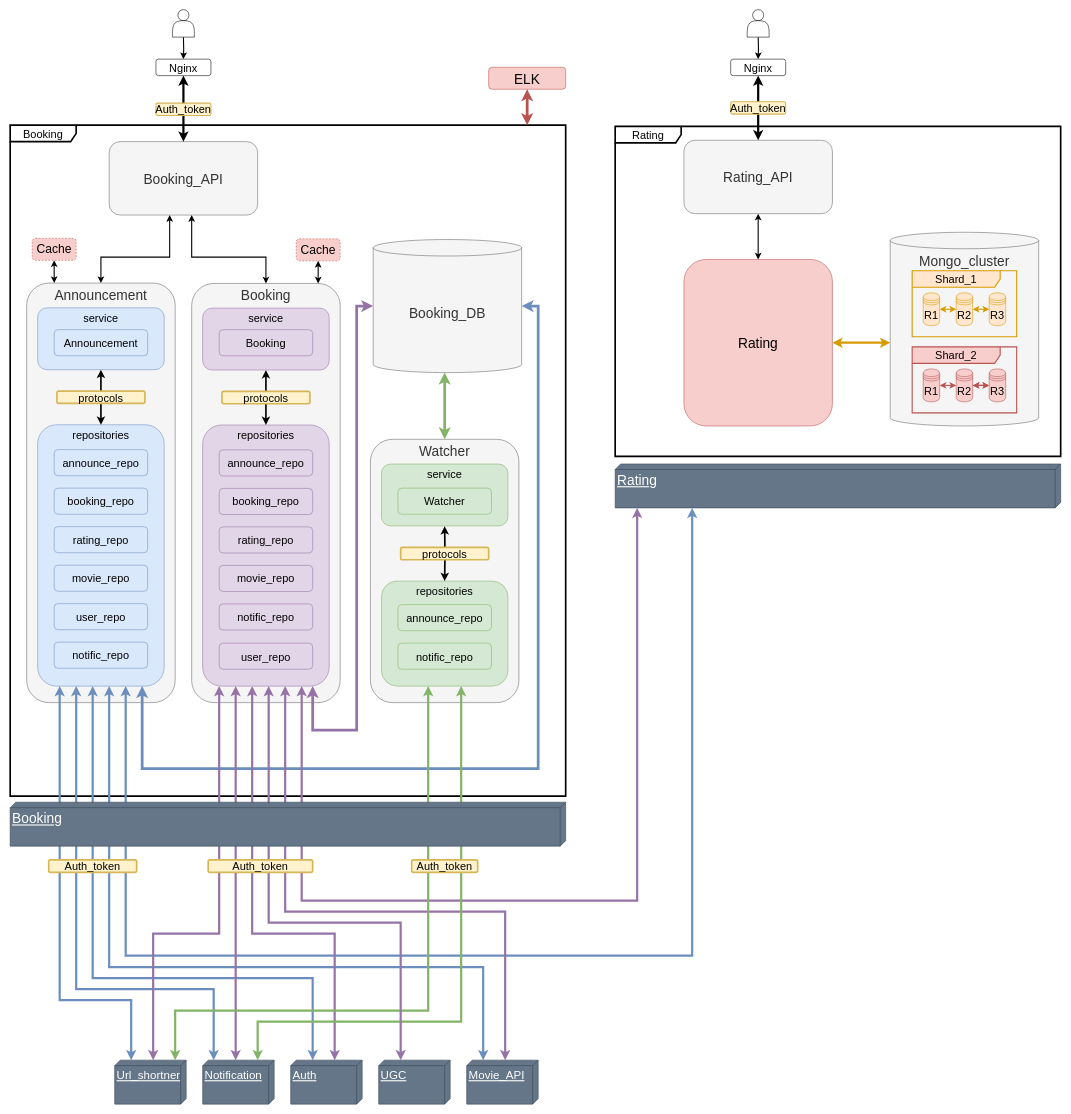
Before: page "Page-1" (1 of 2) of docs/scheme/to_be/1_booking.drawio in GA10v/booking_service, a draw.io diagram. Source tidied: cells renumbered, new cells numbered last; positions are measured from the earlier drawing's top-left corner, leaving out a move shared by most shapes. Both pictures are drawn from the tidied source at 55%, with x=0, y=0 at pixel (10, 9).
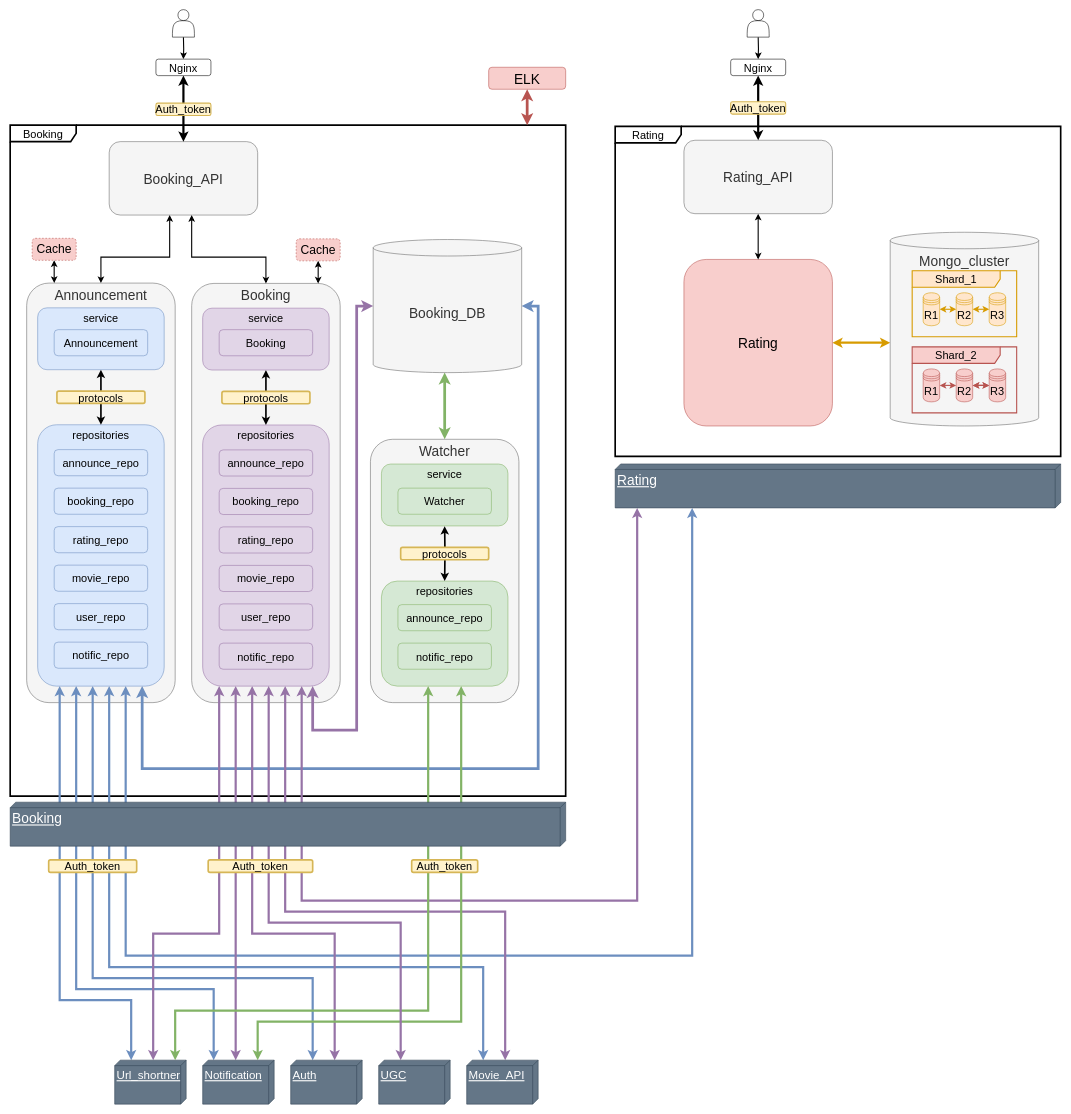
The same page after the edit.

Change to the diagram source:
```diff
@@
-    <mxCell id="35" value="user_repo" style="rounded=1;whiteSpace=wrap;html=1;fontSize=20;fillColor=#e1d5e7;strokeColor=#9673a6;verticalAlign=middle;" parent="1" vertex="1">
+    <mxCell id="35" value="notific_repo" style="rounded=1;whiteSpace=wrap;html=1;fontSize=20;fillColor=#e1d5e7;strokeColor=#9673a6;verticalAlign=middle;" parent="1" vertex="1">
       <mxGeometry x="380" y="1151.8" width="170" height="47.5" as="geometry" />
     </mxCell>
-    <mxCell id="36" value="notific_repo" style="rounded=1;whiteSpace=wrap;html=1;fontSize=20;fillColor=#e1d5e7;strokeColor=#9673a6;verticalAlign=middle;" parent="1" vertex="1">
+    <mxCell id="36" value="user_repo" style="rounded=1;whiteSpace=wrap;html=1;fontSize=20;fillColor=#e1d5e7;strokeColor=#9673a6;verticalAlign=middle;" parent="1" vertex="1">
       <mxGeometry x="380" y="1080.5" width="170" height="47.5" as="geometry" />
     </mxCell>
```
